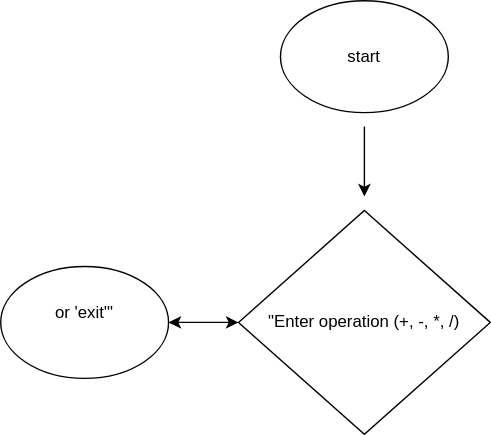
Viktoriia-P-H11/Calc keeps this draw.io diagram as calc_diagram.drawio.svg. Above is the earlier version. Source tidied: cells renumbered, new cells last; positions are measured from the earlier drawing's top-left corner, leaving out a move shared by most shapes.
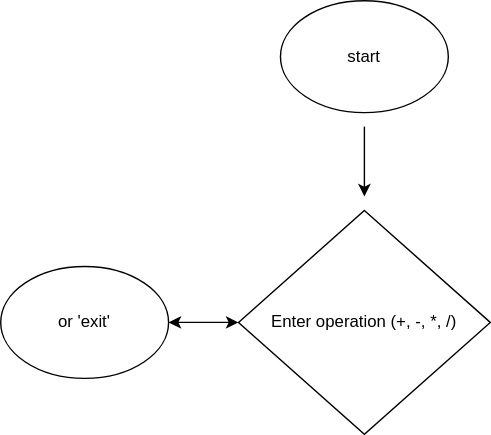
Later version of the same file.

Change to the diagram source:
```diff
@@ -11,7 +11,7 @@
         <mxPoint x="260" y="140" as="targetPoint" />
       </mxGeometry>
     </mxCell>
-    <mxCell id="4" value="&quot;Enter operation (+, -, *, /) " style="rhombus;whiteSpace=wrap;html=1;" parent="1" vertex="1">
+    <mxCell id="4" value="Enter operation (+, -, *, /) " style="rhombus;whiteSpace=wrap;html=1;" parent="1" vertex="1">
       <mxGeometry x="170" y="150" width="180" height="160" as="geometry" />
     </mxCell>
     <mxCell id="5" style="endArrow=classic;startArrow=classic;html=1;rounded=0;exitX=0;exitY=0.5;exitDx=0;exitDy=0;" parent="1" edge="1" source="4">
@@ -19,7 +19,7 @@
         <mxPoint x="120" y="230" as="targetPoint" />
       </mxGeometry>
     </mxCell>
-    <mxCell id="6" value="&#10;or 'exit'&quot;&#10;&#10;" style="ellipse;whiteSpace=wrap;html=1;" parent="1" vertex="1">
+    <mxCell id="6" value="&lt;br&gt;or 'exit'&lt;div&gt;&lt;br/&gt;&lt;/div&gt;" style="ellipse;whiteSpace=wrap;html=1;" parent="1" vertex="1">
       <mxGeometry y="190" width="120" height="80" as="geometry" />
     </mxCell>
   </root>
```
